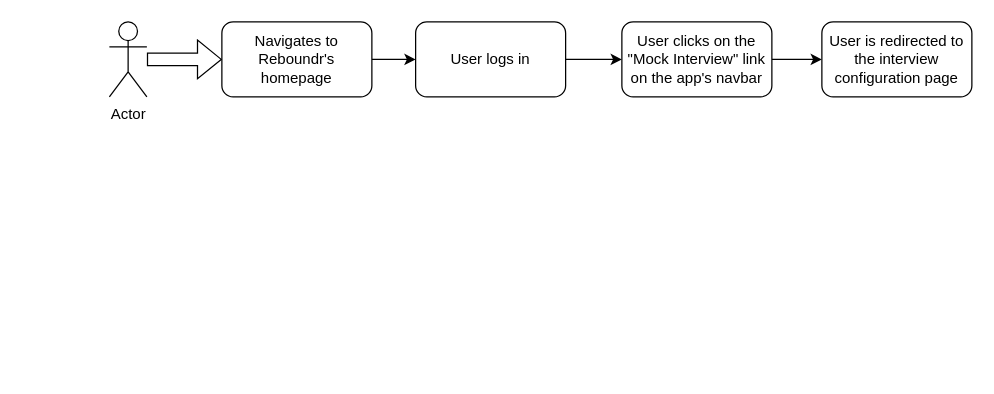
Above: mock_interview_click_stream.drawio in naqeebali-shamsi/String-to-Color (draw.io), before the change. Source tidied: cells renumbered, new cells numbered last; positions are measured from the earlier drawing's top-left corner, leaving out a move shared by most shapes. Both pictures are drawn from the tidied source at 125%, with x=0, y=0 at pixel (109, 21).
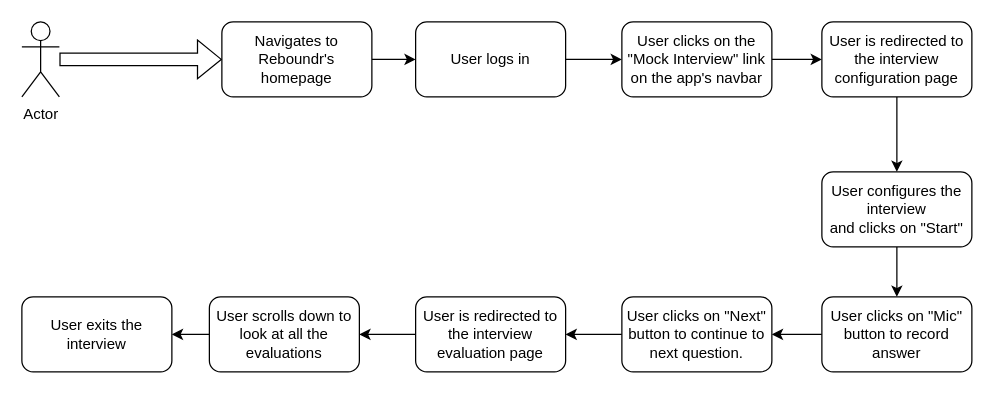
After the change.

The change refers to these unchanged cells:
```xml
<mxCell id="9" value="User is redirected to the interview configuration page" style="rounded=1;whiteSpace=wrap;html=1;" parent="1" vertex="1">
  <mxGeometry x="570" width="120" height="60" as="geometry" />
</mxCell>
```

The edit, as a diff of the source:
```diff
@@
     <mxCell id="2" value="Actor" style="shape=umlActor;verticalLabelPosition=bottom;verticalAlign=top;html=1;outlineConnect=0;" parent="1" vertex="1">
-      <mxGeometry width="30" height="60" as="geometry" />
+      <mxGeometry x="-70" width="30" height="60" as="geometry" />
     </mxCell>
@@
+    <mxCell id="11" style="edgeStyle=orthogonalEdgeStyle;rounded=0;jettySize=auto;html=1;entryX=0.5;entryY=0;entryDx=0;entryDy=0;" parent="1" edge="1" source="9" target="13">
+      <mxGeometry relative="1" as="geometry" />
+    </mxCell>
@@
+    <mxCell id="12" style="edgeStyle=orthogonalEdgeStyle;rounded=0;jettySize=auto;html=1;entryX=0.5;entryY=0;entryDx=0;entryDy=0;" parent="1" edge="1" source="13" target="15">
+      <mxGeometry relative="1" as="geometry" />
+    </mxCell>
+    <mxCell id="13" value="User configures the interview&lt;br&gt;and clicks on &quot;Start&quot;" style="rounded=1;whiteSpace=wrap;html=1;" parent="1" vertex="1">
+      <mxGeometry x="570" y="120" width="120" height="60" as="geometry" />
+    </mxCell>
+    <mxCell id="14" style="edgeStyle=orthogonalEdgeStyle;rounded=0;jettySize=auto;html=1;entryX=1;entryY=0.5;entryDx=0;entryDy=0;" parent="1" edge="1" source="15" target="17">
+      <mxGeometry relative="1" as="geometry" />
+    </mxCell>
+    <mxCell id="15" value="User clicks on &quot;Mic&quot; button to record answer" style="rounded=1;whiteSpace=wrap;html=1;" parent="1" vertex="1">
+      <mxGeometry x="570" y="220" width="120" height="60" as="geometry" />
+    </mxCell>
+    <mxCell id="16" style="edgeStyle=orthogonalEdgeStyle;rounded=0;jettySize=auto;html=1;" parent="1" edge="1" source="17" target="19">
+      <mxGeometry relative="1" as="geometry" />
+    </mxCell>
+    <mxCell id="17" value="User clicks on &quot;Next&quot; button to continue to next question." style="rounded=1;whiteSpace=wrap;html=1;" parent="1" vertex="1">
+      <mxGeometry x="410" y="220" width="120" height="60" as="geometry" />
+    </mxCell>
+    <mxCell id="18" style="edgeStyle=orthogonalEdgeStyle;rounded=0;jettySize=auto;html=1;" parent="1" edge="1" source="19" target="21">
+      <mxGeometry relative="1" as="geometry" />
+    </mxCell>
+    <mxCell id="19" value="User is redirected to the interview evaluation page" style="whiteSpace=wrap;html=1;rounded=1;" parent="1" vertex="1">
+      <mxGeometry x="245" y="220" width="120" height="60" as="geometry" />
+    </mxCell>
+    <mxCell id="20" style="edgeStyle=orthogonalEdgeStyle;rounded=0;jettySize=auto;html=1;" parent="1" edge="1" source="21" target="22">
+      <mxGeometry relative="1" as="geometry" />
+    </mxCell>
+    <mxCell id="21" value="User scrolls down to look at all the evaluations" style="whiteSpace=wrap;html=1;rounded=1;" parent="1" vertex="1">
+      <mxGeometry x="80" y="220" width="120" height="60" as="geometry" />
+    </mxCell>
+    <mxCell id="22" value="User exits the interview" style="whiteSpace=wrap;html=1;rounded=1;" parent="1" vertex="1">
+      <mxGeometry x="-70" y="220" width="120" height="60" as="geometry" />
+    </mxCell>
```
